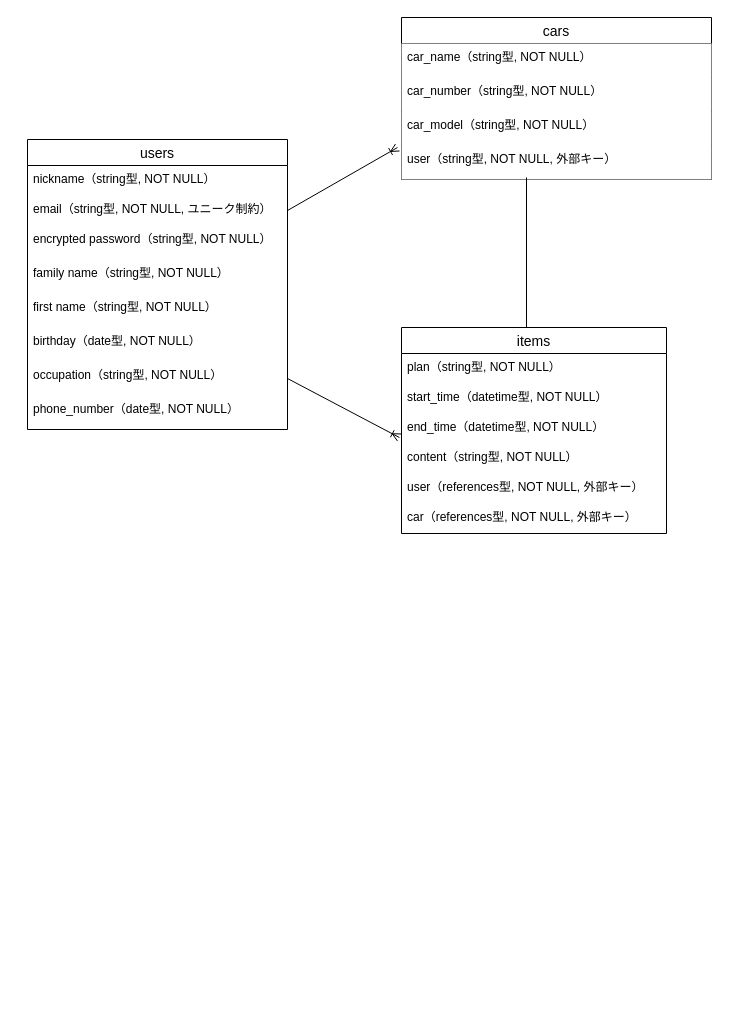
Before: management.dio in JamesCroissant/management_app, a draw.io diagram. Source tidied: cells renumbered, new cells numbered last; positions are measured from the earlier drawing's top-left corner, leaving out a move shared by most shapes. Both pictures are drawn from the tidied source at 100%, with x=0, y=0 at pixel (27, 17).
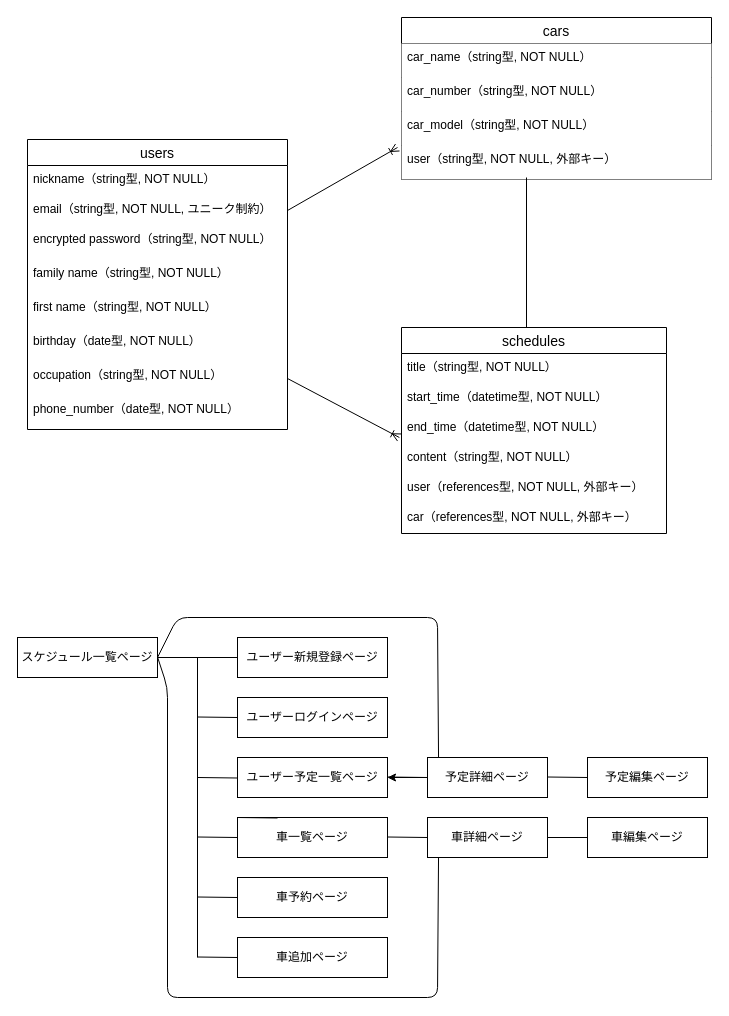
Above is the later version.

The edit, as a diff of the source:
```diff
@@
-    <mxCell id="11" value="items" style="swimlane;fontStyle=0;horizontal=1;startSize=26;align=center;fontSize=14;" parent="1" vertex="1">
+    <mxCell id="11" value="schedules" style="swimlane;fontStyle=0;horizontal=1;startSize=26;align=center;fontSize=14;" parent="1" vertex="1">
       <mxGeometry x="374" y="310" width="265" height="206" as="geometry" />
     </mxCell>
-    <mxCell id="12" value="plan（string型, NOT NULL）" style="text;strokeColor=none;fillColor=none;spacingLeft=4;spacingRight=4;overflow=hidden;fontSize=12;" parent="11" vertex="1">
+    <mxCell id="12" value="title（string型, NOT NULL）" style="text;strokeColor=none;fillColor=none;spacingLeft=4;spacingRight=4;overflow=hidden;fontSize=12;" parent="11" vertex="1">
       <mxGeometry y="26" width="265" height="30" as="geometry" />
     </mxCell>
@@
+    <mxCell id="26" value="スケジュール一覧ページ" style="rounded=0;whiteSpace=wrap;html=1;" parent="1" vertex="1">
+      <mxGeometry x="-10" y="620" width="140" height="40" as="geometry" />
+    </mxCell>
+    <mxCell id="27" value="車予約ページ" style="rounded=0;whiteSpace=wrap;html=1;" parent="1" vertex="1">
+      <mxGeometry x="210" y="860" width="150" height="40" as="geometry" />
+    </mxCell>
+    <mxCell id="28" value="車詳細ページ" style="rounded=0;whiteSpace=wrap;html=1;" parent="1" vertex="1">
+      <mxGeometry x="400" y="800" width="120" height="40" as="geometry" />
+    </mxCell>
+    <mxCell id="29" value="予定編集ページ" style="rounded=0;whiteSpace=wrap;html=1;" parent="1" vertex="1">
+      <mxGeometry x="560" y="740" width="120" height="40" as="geometry" />
+    </mxCell>
+    <mxCell id="30" style="edgeStyle=none;html=1;" parent="1" edge="1" source="31" target="32">
+      <mxGeometry relative="1" as="geometry" />
+    </mxCell>
+    <mxCell id="31" value="予定詳細ページ" style="rounded=0;whiteSpace=wrap;html=1;" parent="1" vertex="1">
+      <mxGeometry x="400" y="740" width="120" height="40" as="geometry" />
+    </mxCell>
+    <mxCell id="32" value="ユーザー予定一覧ページ" style="rounded=0;whiteSpace=wrap;html=1;" parent="1" vertex="1">
+      <mxGeometry x="210" y="740" width="150" height="40" as="geometry" />
+    </mxCell>
+    <mxCell id="33" value="車追加ページ" style="rounded=0;whiteSpace=wrap;html=1;" parent="1" vertex="1">
+      <mxGeometry x="210" y="920" width="150" height="40" as="geometry" />
+    </mxCell>
+    <mxCell id="34" value="ユーザーログインページ" style="rounded=0;whiteSpace=wrap;html=1;" parent="1" vertex="1">
+      <mxGeometry x="210" y="680" width="150" height="40" as="geometry" />
+    </mxCell>
+    <mxCell id="35" value="ユーザー新規登録ページ" style="rounded=0;whiteSpace=wrap;html=1;" parent="1" vertex="1">
+      <mxGeometry x="210" y="620" width="150" height="40" as="geometry" />
+    </mxCell>
+    <mxCell id="36" value="車一覧ページ" style="rounded=0;whiteSpace=wrap;html=1;" parent="1" vertex="1">
+      <mxGeometry x="210" y="800" width="150" height="40" as="geometry" />
+    </mxCell>
+    <mxCell id="37" style="endArrow=none;html=1;exitX=1;exitY=0.5;exitDx=0;exitDy=0;" parent="1" edge="1" source="26">
+      <mxGeometry relative="1" as="geometry">
+        <mxPoint x="210" y="640" as="targetPoint" />
+      </mxGeometry>
+    </mxCell>
+    <mxCell id="38" style="endArrow=none;html=1;" parent="1" edge="1">
+      <mxGeometry relative="1" as="geometry">
+        <mxPoint x="170" y="640" as="sourcePoint" />
+        <mxPoint x="170" y="940" as="targetPoint" />
+      </mxGeometry>
+    </mxCell>
+    <mxCell id="39" style="endArrow=none;html=1;" parent="1" edge="1">
+      <mxGeometry relative="1" as="geometry">
+        <mxPoint x="170" y="699.5" as="sourcePoint" />
+        <mxPoint x="210" y="700" as="targetPoint" />
+      </mxGeometry>
+    </mxCell>
+    <mxCell id="40" style="endArrow=none;html=1;" parent="1" edge="1">
+      <mxGeometry relative="1" as="geometry">
+        <mxPoint x="170" y="760" as="sourcePoint" />
+        <mxPoint x="210" y="760.5" as="targetPoint" />
+      </mxGeometry>
+    </mxCell>
+    <mxCell id="41" style="endArrow=none;html=1;" parent="1" edge="1">
+      <mxGeometry relative="1" as="geometry">
+        <mxPoint x="170" y="819.5" as="sourcePoint" />
+        <mxPoint x="210" y="820" as="targetPoint" />
+      </mxGeometry>
+    </mxCell>
+    <mxCell id="42" style="endArrow=none;html=1;" parent="1" edge="1">
+      <mxGeometry relative="1" as="geometry">
+        <mxPoint x="170" y="879.5" as="sourcePoint" />
+        <mxPoint x="210" y="880" as="targetPoint" />
+      </mxGeometry>
+    </mxCell>
+    <mxCell id="43" style="endArrow=none;html=1;" parent="1" edge="1">
+      <mxGeometry relative="1" as="geometry">
+        <mxPoint x="170" y="939.5" as="sourcePoint" />
+        <mxPoint x="210" y="940" as="targetPoint" />
+      </mxGeometry>
+    </mxCell>
+    <mxCell id="44" style="endArrow=none;html=1;" parent="1" edge="1">
+      <mxGeometry relative="1" as="geometry">
+        <mxPoint x="210" y="800" as="sourcePoint" />
+        <mxPoint x="250" y="800.5" as="targetPoint" />
+      </mxGeometry>
+    </mxCell>
+    <mxCell id="45" style="endArrow=none;html=1;" parent="1" edge="1">
+      <mxGeometry relative="1" as="geometry">
+        <mxPoint x="360" y="759.5" as="sourcePoint" />
+        <mxPoint x="400" y="760" as="targetPoint" />
+      </mxGeometry>
+    </mxCell>
+    <mxCell id="46" style="endArrow=none;html=1;" parent="1" edge="1">
+      <mxGeometry relative="1" as="geometry">
+        <mxPoint x="360" y="819.5" as="sourcePoint" />
+        <mxPoint x="400" y="820" as="targetPoint" />
+      </mxGeometry>
+    </mxCell>
+    <mxCell id="47" style="endArrow=none;html=1;entryX=0.092;entryY=0.988;entryDx=0;entryDy=0;entryPerimeter=0;" parent="1" edge="1" target="28">
+      <mxGeometry relative="1" as="geometry">
+        <mxPoint x="130" y="639.5" as="sourcePoint" />
+        <Array as="points">
+          <mxPoint x="140" y="670" />
+          <mxPoint x="140" y="980" />
+          <mxPoint x="410" y="980" />
+        </Array>
+      </mxGeometry>
+    </mxCell>
+    <mxCell id="48" style="endArrow=none;html=1;entryX=0.092;entryY=-0.012;entryDx=0;entryDy=0;entryPerimeter=0;" parent="1" edge="1" target="31">
+      <mxGeometry relative="1" as="geometry">
+        <mxPoint x="130" y="640" as="sourcePoint" />
+        <Array as="points">
+          <mxPoint x="150" y="600" />
+          <mxPoint x="410" y="600" />
+        </Array>
+      </mxGeometry>
+    </mxCell>
+    <mxCell id="49" style="endArrow=none;html=1;" parent="1" edge="1">
+      <mxGeometry relative="1" as="geometry">
+        <mxPoint x="520" y="759.5" as="sourcePoint" />
+        <mxPoint x="560" y="760" as="targetPoint" />
+      </mxGeometry>
+    </mxCell>
+    <mxCell id="50" style="endArrow=none;html=1;" parent="1" edge="1">
+      <mxGeometry relative="1" as="geometry">
+        <mxPoint x="520" y="820" as="sourcePoint" />
+        <mxPoint x="560" y="820" as="targetPoint" />
+      </mxGeometry>
+    </mxCell>
+    <mxCell id="51" value="車編集ページ" style="rounded=0;whiteSpace=wrap;html=1;" parent="1" vertex="1">
+      <mxGeometry x="560" y="800" width="120" height="40" as="geometry" />
+    </mxCell>
```
